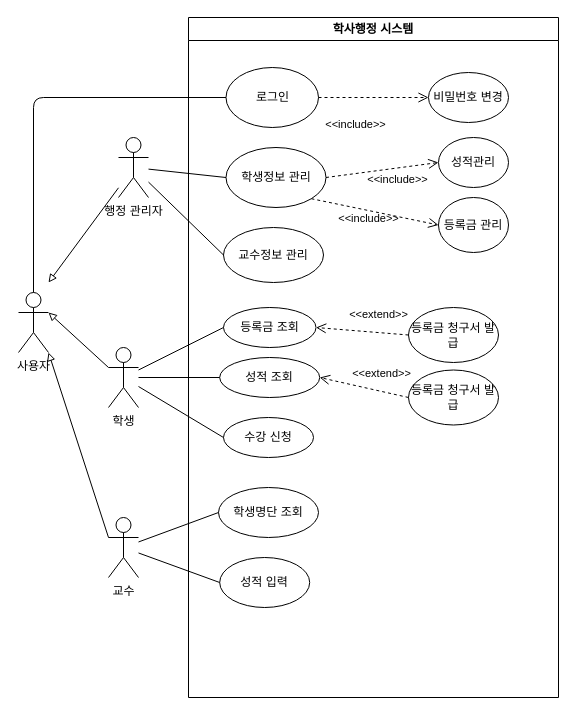
Above: page "학사행정시스템" (2 of 2) of task_1.drawio in hyun10144/Lecture3-1 (draw.io), before the change. Source tidied: cells renumbered, new cells numbered last; positions are measured from the earlier drawing's top-left corner, leaving out a move shared by most shapes. Both pictures are drawn from the tidied source at 100%, with x=0, y=0 at pixel (18, 17).
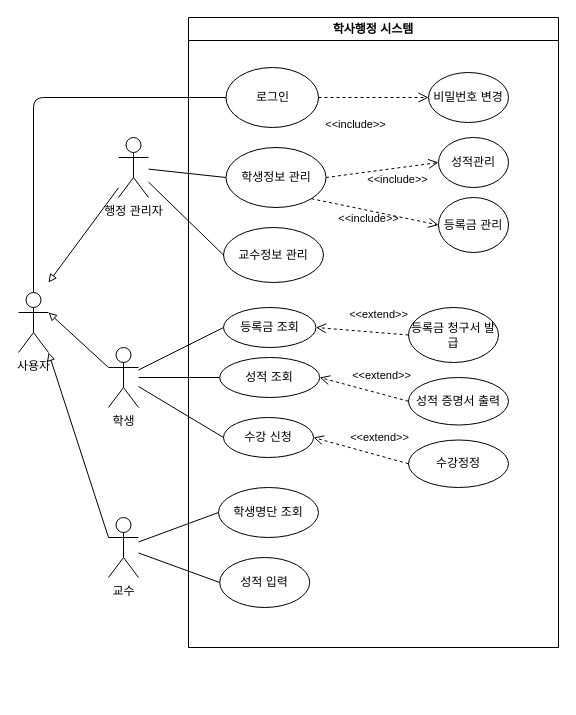
Above is the later version.

The change refers to these unchanged cells:
```xml
<mxCell id="7" value="수강 신청" style="ellipse;whiteSpace=wrap;html=1;" parent="2" vertex="1">
  <mxGeometry x="35" y="400" width="90" height="40" as="geometry" />
</mxCell>
```

Diff of the diagram source:
```diff
@@
     <mxCell id="2" value="학사행정 시스템" style="swimlane;whiteSpace=wrap;html=1;" parent="1" vertex="1">
-      <mxGeometry x="170" width="370" height="680" as="geometry" />
+      <mxGeometry x="170" width="370" height="630" as="geometry" />
     </mxCell>
@@
-    <mxCell id="17" value="등록금 청구서 발급" style="ellipse;whiteSpace=wrap;html=1;" parent="2" vertex="1">
-      <mxGeometry x="220" y="352.5" width="90" height="55" as="geometry" />
+    <mxCell id="17" value="성적 증명서 출력" style="ellipse;whiteSpace=wrap;html=1;" parent="2" vertex="1">
+      <mxGeometry x="220" y="360" width="100" height="47.5" as="geometry" />
     </mxCell>
@@
+    <mxCell id="36" value="수강정정" style="ellipse;whiteSpace=wrap;html=1;" parent="2" vertex="1">
+      <mxGeometry x="220" y="422.5" width="100" height="47.5" as="geometry" />
+    </mxCell>
+    <mxCell id="37" value="&amp;lt;&amp;lt;extend&lt;span style=&quot;background-color: initial;&quot;&gt;&amp;gt;&amp;gt;&lt;/span&gt;" style="endArrow=open;startArrow=none;endFill=0;startFill=0;endSize=8;html=1;verticalAlign=bottom;dashed=1;labelBackgroundColor=none;rounded=0;strokeColor=default;align=center;fontFamily=Helvetica;fontSize=11;fontColor=default;exitX=0;exitY=0.5;exitDx=0;exitDy=0;entryX=1;entryY=0.5;entryDx=0;entryDy=0;" parent="2" edge="1" source="36" target="7">
+      <mxGeometry x="-0.34" y="-9" relative="1" as="geometry" />
+    </mxCell>
```
